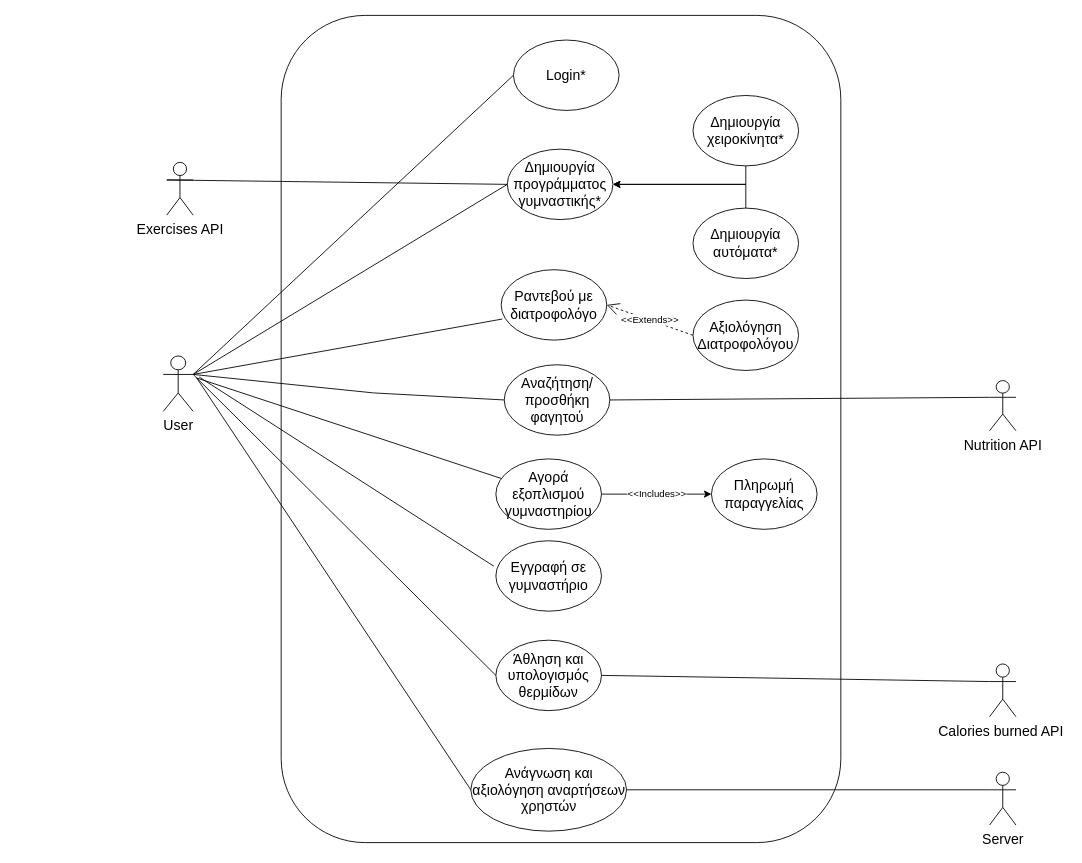
Earlier version of the draw.io diagram ΤΕΤΑΡΤΟ ΠΑΡΑΔΟΤΕΟ/Διορθώσεις προηγούμενων παραδοτέων/UseCaseDiagram_v0.2.drawio (Dionkaps/Eu-Zin). Source tidied: cells renumbered, new cells numbered last; positions are measured from the earlier drawing's top-left corner, leaving out a move shared by most shapes. Both pictures are drawn from the tidied source at 88%, with x=0, y=0 at pixel (163, 15).
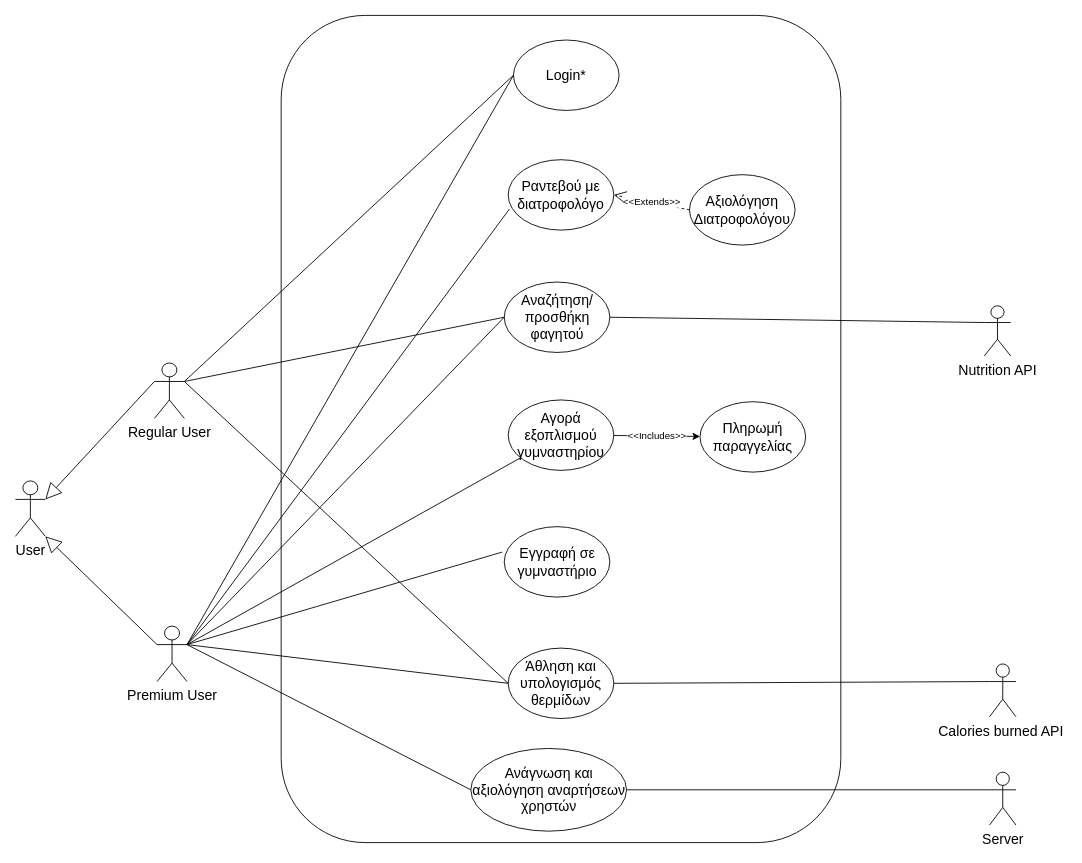
The same page after the edit.

Commit message (it also covers changes not shown here):
Νέο usecase diagram

The change refers to these unchanged cells:
```xml
<mxCell id="3" value="Login*" style="ellipse;whiteSpace=wrap;html=1;fontSize=16;" parent="1" vertex="1">
  <mxGeometry x="398" y="28" width="120" height="80" as="geometry" />
</mxCell>
<mxCell id="14" value="&lt;p class=&quot;MsoNormal&quot;&gt;Ανάγνωση και αξιολόγηση αναρτήσεων χρηστών&lt;/p&gt;" style="ellipse;whiteSpace=wrap;html=1;fontSize=16;" parent="1" vertex="1">
  <mxGeometry x="349.5" y="833" width="177" height="94" as="geometry" />
</mxCell>
```

Change to the diagram source:
```diff
@@
     <mxCell id="4" value="Ραντεβού με διατροφολόγο" style="ellipse;whiteSpace=wrap;html=1;fontSize=16;" parent="1" vertex="1">
-      <mxGeometry x="384" y="289" width="120" height="80" as="geometry" />
+      <mxGeometry x="392" y="164" width="120" height="80" as="geometry" />
     </mxCell>
     <mxCell id="5" value="User" style="shape=umlActor;verticalLabelPosition=bottom;verticalAlign=top;html=1;outlineConnect=0;fontSize=16;" parent="1" vertex="1">
-      <mxGeometry y="387" width="34" height="63" as="geometry" />
+      <mxGeometry x="-168" y="529" width="34" height="63" as="geometry" />
     </mxCell>
     <mxCell id="6" value="Εγγραφή σε γυμναστήριο" style="ellipse;whiteSpace=wrap;html=1;fontSize=16;" parent="1" vertex="1">
-      <mxGeometry x="378" y="597" width="120" height="80" as="geometry" />
+      <mxGeometry x="387.5" y="581" width="120" height="80" as="geometry" />
     </mxCell>
     <mxCell id="7" value="&lt;p class=&quot;MsoNormal&quot;&gt;Άθληση και υπολογισμός θερμίδων&lt;/p&gt;" style="ellipse;whiteSpace=wrap;html=1;fontSize=16;" parent="1" vertex="1">
-      <mxGeometry x="378" y="710" width="120" height="80" as="geometry" />
+      <mxGeometry x="392" y="719" width="120" height="80" as="geometry" />
     </mxCell>
@@
     <mxCell id="9" value="Αγορά εξοπλισμού γυμναστηρίου" style="ellipse;whiteSpace=wrap;html=1;fontSize=16;" parent="1" vertex="1">
-      <mxGeometry x="378" y="504" width="120" height="80" as="geometry" />
+      <mxGeometry x="392" y="437" width="120" height="80" as="geometry" />
     </mxCell>
     <mxCell id="10" value="Αναζήτηση/ προσθήκη φαγητού" style="ellipse;whiteSpace=wrap;html=1;fontSize=16;" parent="1" vertex="1">
-      <mxGeometry x="387.5" y="397" width="120" height="80" as="geometry" />
+      <mxGeometry x="387.5" y="303" width="120" height="80" as="geometry" />
     </mxCell>
     <mxCell id="11" value="&lt;p class=&quot;MsoNormal&quot;&gt;&lt;span style=&quot;mso-ignore:vglayout;position:relative;z-index:-1895819776&quot;&gt;&lt;/span&gt;&lt;span style=&quot;font-size:&lt;br/&gt;14.0pt;mso-bidi-font-size:10.0pt;font-family:&amp;quot;Arial&amp;quot;,sans-serif;mso-fareast-font-family:&lt;br/&gt;Arial&quot;&gt;Αξιολόγηση Διατροφολόγου&lt;/span&gt;&lt;/p&gt;" style="ellipse;whiteSpace=wrap;html=1;fontSize=16;" parent="1" vertex="1">
-      <mxGeometry x="602" y="323.5" width="120" height="80" as="geometry" />
+      <mxGeometry x="598" y="181" width="120" height="80" as="geometry" />
     </mxCell>
-    <mxCell id="12" value="Δημιουργία προγράμματος γυμναστικής*" style="ellipse;whiteSpace=wrap;html=1;fontSize=16;" parent="1" vertex="1">
-      <mxGeometry x="391" y="152" width="120" height="80" as="geometry" />
-    </mxCell>
-    <mxCell id="13" style="edgeStyle=none;curved=1;rounded=0;orthogonalLoop=1;jettySize=auto;html=1;exitX=1;exitY=0;exitDx=0;exitDy=0;fontSize=12;startSize=8;endSize=8;" parent="1" edge="1" source="12" target="12">
-      <mxGeometry relative="1" as="geometry" />
+    <mxCell id="13" style="edgeStyle=none;curved=1;rounded=0;orthogonalLoop=1;jettySize=auto;html=1;exitX=1;exitY=0;exitDx=0;exitDy=0;fontSize=12;startSize=8;endSize=8;" parent="1" edge="1">
+      <mxGeometry relative="1" as="geometry">
+        <mxPoint x="493.4" y="163.7" as="sourcePoint" />
+        <mxPoint x="493.4" y="163.7" as="targetPoint" />
+      </mxGeometry>
     </mxCell>
@@
     <mxCell id="15" value="&lt;font style=&quot;font-size: 16px;&quot;&gt;Nutrition API&lt;/font&gt;" style="shape=umlActor;verticalLabelPosition=bottom;verticalAlign=top;html=1;outlineConnect=0;fontSize=14;" parent="1" vertex="1">
-      <mxGeometry x="939" y="415" width="30" height="57" as="geometry" />
+      <mxGeometry x="933" y="330" width="30" height="57" as="geometry" />
     </mxCell>
@@
     <mxCell id="17" value="&lt;span style=&quot;font-size: 16px; text-align: justify; background-color: initial;&quot;&gt;Πληρωμή&lt;br&gt;&lt;/span&gt;&lt;span style=&quot;font-size: 16px; text-align: justify; background-color: initial;&quot;&gt;παραγγελίας&lt;/span&gt;&lt;span style=&quot;font-size: 16px; text-align: justify; background-color: initial;&quot;&gt;&lt;br&gt;&lt;/span&gt;" style="ellipse;whiteSpace=wrap;html=1;" parent="1" vertex="1">
-      <mxGeometry x="623" y="504" width="120" height="80" as="geometry" />
+      <mxGeometry x="610" y="439" width="120" height="80" as="geometry" />
     </mxCell>
-    <mxCell id="18" value="&lt;font style=&quot;font-size: 16px;&quot;&gt;Exercises API&lt;/font&gt;" style="shape=umlActor;verticalLabelPosition=bottom;verticalAlign=top;html=1;outlineConnect=0;fontSize=11;" parent="1" vertex="1">
-      <mxGeometry x="4" y="167" width="30" height="60" as="geometry" />
-    </mxCell>
@@
-    <mxCell id="20" style="endArrow=none;html=1;rounded=0;entryX=0;entryY=0.5;entryDx=0;entryDy=0;exitX=1;exitY=0.3333333333333333;exitDx=0;exitDy=0;exitPerimeter=0;" parent="1" edge="1" source="5" target="3">
+    <mxCell id="20" style="endArrow=none;html=1;rounded=0;entryX=0;entryY=0.5;entryDx=0;entryDy=0;exitX=1;exitY=0.3333333333333333;exitDx=0;exitDy=0;exitPerimeter=0;" parent="1" edge="1" source="38" target="3">
       <mxGeometry relative="1" as="geometry" />
     </mxCell>
-    <mxCell id="21" style="endArrow=none;html=1;rounded=0;exitX=0;exitY=0.5;exitDx=0;exitDy=0;entryX=1;entryY=0.3333333333333333;entryDx=0;entryDy=0;entryPerimeter=0;" parent="1" edge="1" source="10" target="5">
-      <mxGeometry relative="1" as="geometry">
-        <Array as="points">
-          <mxPoint x="239" y="429" />
-        </Array>
-      </mxGeometry>
+    <mxCell id="21" style="endArrow=none;html=1;rounded=0;exitX=0;exitY=0.5;exitDx=0;exitDy=0;entryX=1;entryY=0.3333333333333333;entryDx=0;entryDy=0;entryPerimeter=0;" parent="1" edge="1" source="10" target="38">
+      <mxGeometry relative="1" as="geometry" />
     </mxCell>
@@
-    <mxCell id="23" style="endArrow=none;html=1;rounded=0;entryX=0.012;entryY=0.7;entryDx=0;entryDy=0;entryPerimeter=0;exitX=1;exitY=0.3333333333333333;exitDx=0;exitDy=0;exitPerimeter=0;" parent="1" edge="1" source="5" target="4">
+    <mxCell id="23" style="endArrow=none;html=1;rounded=0;entryX=0.012;entryY=0.7;entryDx=0;entryDy=0;entryPerimeter=0;exitX=1;exitY=0.3333333333333333;exitDx=0;exitDy=0;exitPerimeter=0;" parent="1" edge="1" source="38" target="4">
       <mxGeometry relative="1" as="geometry" />
     </mxCell>
@@
-    <mxCell id="25" style="endArrow=none;html=1;rounded=0;" parent="1" edge="1" source="9">
-      <mxGeometry relative="1" as="geometry">
-        <mxPoint x="38" y="412" as="targetPoint" />
-      </mxGeometry>
+    <mxCell id="25" style="endArrow=none;html=1;rounded=0;entryX=1;entryY=0.3333333333333333;entryDx=0;entryDy=0;entryPerimeter=0;" parent="1" edge="1" source="9" target="38">
+      <mxGeometry relative="1" as="geometry" />
     </mxCell>
-    <mxCell id="26" style="endArrow=none;html=1;rounded=0;exitX=-0.02;exitY=0.361;exitDx=0;exitDy=0;exitPerimeter=0;" parent="1" edge="1" source="6">
-      <mxGeometry relative="1" as="geometry">
-        <mxPoint x="41" y="411" as="targetPoint" />
-      </mxGeometry>
+    <mxCell id="26" style="endArrow=none;html=1;rounded=0;exitX=-0.02;exitY=0.361;exitDx=0;exitDy=0;exitPerimeter=0;entryX=1;entryY=0.3333333333333333;entryDx=0;entryDy=0;entryPerimeter=0;" parent="1" edge="1" source="6" target="38">
+      <mxGeometry relative="1" as="geometry" />
     </mxCell>
-    <mxCell id="27" style="endArrow=none;html=1;rounded=0;exitX=0;exitY=0.5;exitDx=0;exitDy=0;entryX=1;entryY=0.3333333333333333;entryDx=0;entryDy=0;entryPerimeter=0;" parent="1" edge="1" source="7" target="5">
+    <mxCell id="27" style="endArrow=none;html=1;rounded=0;exitX=0;exitY=0.5;exitDx=0;exitDy=0;entryX=1;entryY=0.3333333333333333;entryDx=0;entryDy=0;entryPerimeter=0;" parent="1" edge="1" source="7" target="38">
       <mxGeometry relative="1" as="geometry" />
     </mxCell>
@@
-    <mxCell id="30" style="endArrow=none;html=1;rounded=0;entryX=0;entryY=0.5;entryDx=0;entryDy=0;" parent="1" edge="1" target="14">
-      <mxGeometry relative="1" as="geometry">
-        <mxPoint x="38" y="412" as="sourcePoint" />
-      </mxGeometry>
+    <mxCell id="30" style="endArrow=none;html=1;rounded=0;entryX=0;entryY=0.5;entryDx=0;entryDy=0;exitX=1;exitY=0.3333333333333333;exitDx=0;exitDy=0;exitPerimeter=0;" parent="1" edge="1" source="38" target="14">
+      <mxGeometry relative="1" as="geometry" />
     </mxCell>
@@
-    <mxCell id="32" style="endArrow=none;html=1;rounded=0;entryX=0;entryY=0.5;entryDx=0;entryDy=0;exitX=1;exitY=0.3333333333333333;exitDx=0;exitDy=0;exitPerimeter=0;" parent="1" edge="1" source="5" target="12">
-      <mxGeometry relative="1" as="geometry" />
-    </mxCell>
-    <mxCell id="33" style="edgeStyle=orthogonalEdgeStyle;rounded=0;jettySize=auto;html=1;exitX=0.5;exitY=1;exitDx=0;exitDy=0;entryX=1;entryY=0.5;entryDx=0;entryDy=0;" parent="1" edge="1" source="34" target="12">
-      <mxGeometry relative="1" as="geometry" />
-    </mxCell>
-    <mxCell id="34" value="Δημιουργία χειροκίνητα*" style="ellipse;whiteSpace=wrap;html=1;fontSize=16;" parent="1" vertex="1">
-      <mxGeometry x="602" y="91" width="120" height="80" as="geometry" />
-    </mxCell>
-    <mxCell id="35" style="edgeStyle=orthogonalEdgeStyle;rounded=0;jettySize=auto;html=1;exitX=0.5;exitY=0;exitDx=0;exitDy=0;entryX=1;entryY=0.5;entryDx=0;entryDy=0;" parent="1" edge="1" source="36" target="12">
-      <mxGeometry relative="1" as="geometry" />
-    </mxCell>
-    <mxCell id="36" value="Δημιουργία αυτόματα*" style="ellipse;whiteSpace=wrap;html=1;fontSize=16;" parent="1" vertex="1">
-      <mxGeometry x="602" y="219" width="120" height="80" as="geometry" />
-    </mxCell>
-    <mxCell id="37" style="endArrow=none;html=1;rounded=0;entryX=0;entryY=0.3333333333333333;entryDx=0;entryDy=0;entryPerimeter=0;exitX=0;exitY=0.5;exitDx=0;exitDy=0;" parent="1" edge="1" source="12" target="18">
-      <mxGeometry relative="1" as="geometry" />
-    </mxCell>
+    <mxCell id="38" value="Premium User" style="shape=umlActor;verticalLabelPosition=bottom;verticalAlign=top;html=1;outlineConnect=0;fontSize=16;" parent="1" vertex="1">
+      <mxGeometry x="-7" y="694" width="34" height="63" as="geometry" />
+    </mxCell>
+    <mxCell id="39" value="Regular User" style="shape=umlActor;verticalLabelPosition=bottom;verticalAlign=top;html=1;outlineConnect=0;fontSize=16;" parent="1" vertex="1">
+      <mxGeometry x="-10" y="395" width="34" height="63" as="geometry" />
+    </mxCell>
+    <mxCell id="40" style="endArrow=none;html=1;rounded=0;entryX=1;entryY=0.3333333333333333;entryDx=0;entryDy=0;entryPerimeter=0;exitX=0;exitY=0.5;exitDx=0;exitDy=0;" parent="1" edge="1" source="3" target="39">
+      <mxGeometry relative="1" as="geometry" />
+    </mxCell>
+    <mxCell id="41" style="endArrow=none;html=1;rounded=0;entryX=1;entryY=0.3333333333333333;entryDx=0;entryDy=0;entryPerimeter=0;exitX=0;exitY=0.5;exitDx=0;exitDy=0;" parent="1" edge="1" source="10" target="39">
+      <mxGeometry relative="1" as="geometry" />
+    </mxCell>
+    <mxCell id="42" style="endArrow=none;html=1;rounded=0;entryX=1;entryY=0.3333333333333333;entryDx=0;entryDy=0;entryPerimeter=0;exitX=0;exitY=0.5;exitDx=0;exitDy=0;" parent="1" edge="1" source="7" target="39">
+      <mxGeometry relative="1" as="geometry" />
+    </mxCell>
+    <mxCell id="43" style="endArrow=block;endSize=16;endFill=0;html=1;rounded=0;entryX=1;entryY=0.3333333333333333;entryDx=0;entryDy=0;entryPerimeter=0;exitX=0;exitY=0.3333333333333333;exitDx=0;exitDy=0;exitPerimeter=0;" parent="1" edge="1" source="39" target="5">
+      <mxGeometry x="-0.15" y="-96" relative="1" as="geometry" />
+    </mxCell>
+    <mxCell id="44" style="endArrow=block;endSize=16;endFill=0;html=1;rounded=0;entryX=1;entryY=1;entryDx=0;entryDy=0;entryPerimeter=0;exitX=0;exitY=0.3333333333333333;exitDx=0;exitDy=0;exitPerimeter=0;" parent="1" edge="1" source="38" target="5">
+      <mxGeometry x="-0.15" y="-96" relative="1" as="geometry" />
+    </mxCell>
```
